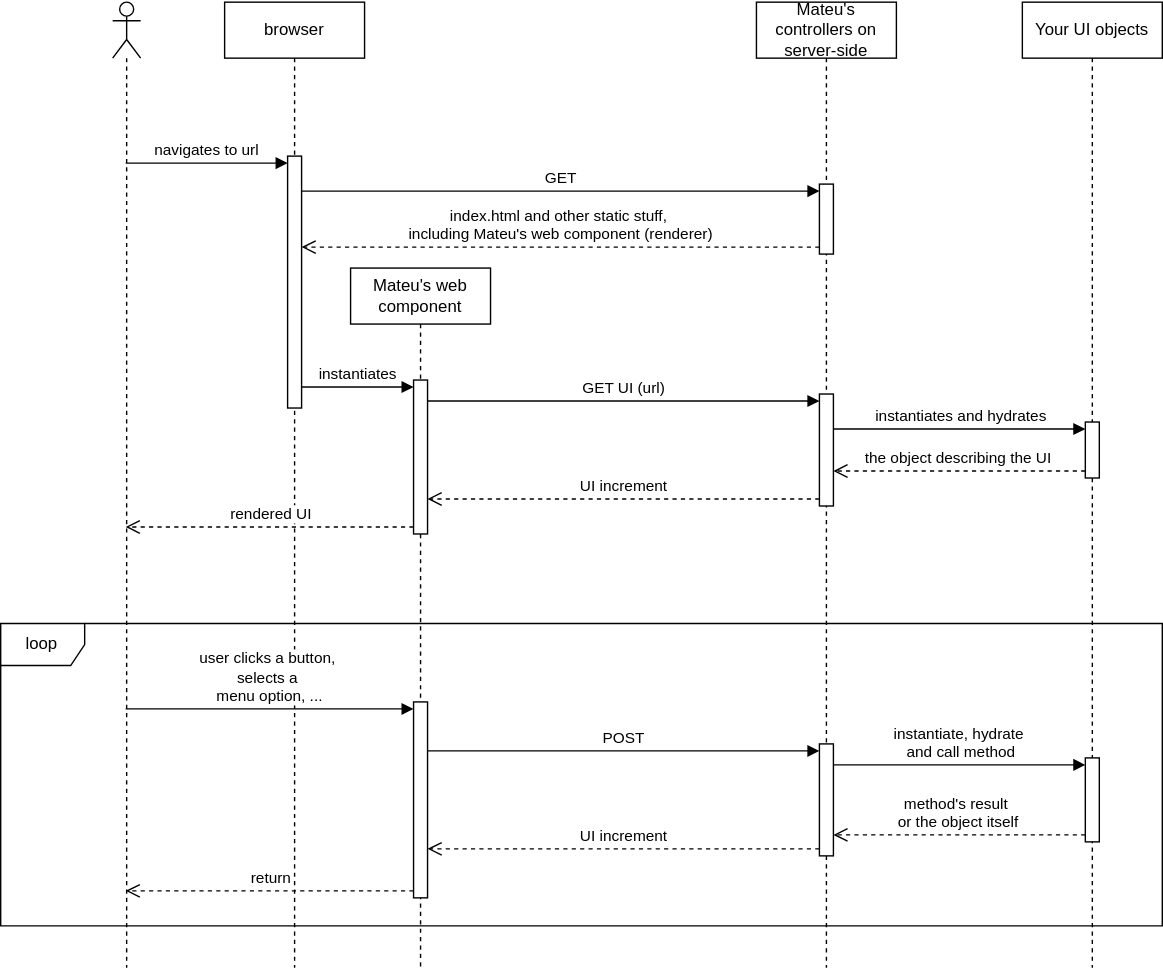
Above: doc/static/images/arch-overall-3.svg in miguelperezcolom/mateu (draw.io), before the change. Source tidied: cells renumbered, new cells last; positions are measured from the earlier drawing's top-left corner, leaving out a move shared by most shapes. Its diagram source:
```xml
<mxGraphModel>
  <root>
    <mxCell id="0" />
    <mxCell id="1" parent="0" />
    <mxCell id="2" style="shape=umlLifeline;perimeter=lifelinePerimeter;whiteSpace=wrap;html=1;outlineConnect=0;portConstraint=eastwest;newEdgeStyle={&quot;curved&quot;:0,&quot;rounded&quot;:0};participant=umlActor;" parent="1" vertex="1">
      <mxGeometry x="80" width="20" height="690" as="geometry" />
    </mxCell>
    <mxCell id="3" value="browser" style="shape=umlLifeline;perimeter=lifelinePerimeter;whiteSpace=wrap;html=1;newEdgeStyle={&quot;curved&quot;:0,&quot;rounded&quot;:0};size=40;" parent="1" vertex="1">
      <mxGeometry x="160" width="100" height="690" as="geometry" />
    </mxCell>
    <mxCell id="4" style="html=1;points=[[0,0,0,0,5],[0,1,0,0,-5],[1,0,0,0,5],[1,1,0,0,-5]];perimeter=orthogonalPerimeter;outlineConnect=0;targetShapes=umlLifeline;portConstraint=eastwest;newEdgeStyle={&quot;curved&quot;:0,&quot;rounded&quot;:0};" parent="3" vertex="1">
      <mxGeometry x="45" y="110" width="10" height="180" as="geometry" />
    </mxCell>
    <mxCell id="5" value="Mateu's controllers on server-side" style="shape=umlLifeline;perimeter=lifelinePerimeter;whiteSpace=wrap;html=1;newEdgeStyle={&quot;curved&quot;:0,&quot;rounded&quot;:0};" parent="1" vertex="1">
      <mxGeometry x="540" width="100" height="690" as="geometry" />
    </mxCell>
    <mxCell id="6" style="html=1;points=[[0,0,0,0,5],[0,1,0,0,-5],[1,0,0,0,5],[1,1,0,0,-5]];perimeter=orthogonalPerimeter;outlineConnect=0;targetShapes=umlLifeline;portConstraint=eastwest;newEdgeStyle={&quot;curved&quot;:0,&quot;rounded&quot;:0};" parent="5" vertex="1">
      <mxGeometry x="45" y="130" width="10" height="50" as="geometry" />
    </mxCell>
    <mxCell id="7" style="html=1;points=[[0,0,0,0,5],[0,1,0,0,-5],[1,0,0,0,5],[1,1,0,0,-5]];perimeter=orthogonalPerimeter;outlineConnect=0;targetShapes=umlLifeline;portConstraint=eastwest;newEdgeStyle={&quot;curved&quot;:0,&quot;rounded&quot;:0};" parent="5" vertex="1">
      <mxGeometry x="45" y="280" width="10" height="80" as="geometry" />
    </mxCell>
    <mxCell id="8" style="html=1;points=[[0,0,0,0,5],[0,1,0,0,-5],[1,0,0,0,5],[1,1,0,0,-5]];perimeter=orthogonalPerimeter;outlineConnect=0;targetShapes=umlLifeline;portConstraint=eastwest;newEdgeStyle={&quot;curved&quot;:0,&quot;rounded&quot;:0};" parent="5" vertex="1">
      <mxGeometry x="45" y="530" width="10" height="80" as="geometry" />
    </mxCell>
    <mxCell id="9" value="Your UI objects" style="shape=umlLifeline;perimeter=lifelinePerimeter;whiteSpace=wrap;html=1;newEdgeStyle={&quot;curved&quot;:0,&quot;rounded&quot;:0};" parent="1" vertex="1">
      <mxGeometry x="730" width="100" height="690" as="geometry" />
    </mxCell>
    <mxCell id="10" style="html=1;points=[[0,0,0,0,5],[0,1,0,0,-5],[1,0,0,0,5],[1,1,0,0,-5]];perimeter=orthogonalPerimeter;outlineConnect=0;targetShapes=umlLifeline;portConstraint=eastwest;newEdgeStyle={&quot;curved&quot;:0,&quot;rounded&quot;:0};" parent="9" vertex="1">
      <mxGeometry x="45" y="300" width="10" height="40" as="geometry" />
    </mxCell>
    <mxCell id="11" style="html=1;points=[[0,0,0,0,5],[0,1,0,0,-5],[1,0,0,0,5],[1,1,0,0,-5]];perimeter=orthogonalPerimeter;outlineConnect=0;targetShapes=umlLifeline;portConstraint=eastwest;newEdgeStyle={&quot;curved&quot;:0,&quot;rounded&quot;:0};" parent="9" vertex="1">
      <mxGeometry x="45" y="540" width="10" height="60" as="geometry" />
    </mxCell>
    <mxCell id="12" value="navigates to url" style="html=1;verticalAlign=bottom;endArrow=block;curved=0;rounded=0;entryX=0;entryY=0;entryDx=0;entryDy=5;" parent="1" edge="1" source="2" target="4">
      <mxGeometry relative="1" as="geometry" />
    </mxCell>
    <mxCell id="13" value="GET" style="html=1;verticalAlign=bottom;endArrow=block;curved=0;rounded=0;entryX=0;entryY=0;entryDx=0;entryDy=5;" parent="1" edge="1" source="4" target="6">
      <mxGeometry relative="1" as="geometry" />
    </mxCell>
    <mxCell id="14" value="index.html and other static stuff,&amp;nbsp;&lt;div&gt;including Mateu's web component (renderer)&lt;/div&gt;" style="html=1;verticalAlign=bottom;endArrow=open;dashed=1;endSize=8;curved=0;rounded=0;exitX=0;exitY=1;exitDx=0;exitDy=-5;" parent="1" edge="1" source="6" target="4">
      <mxGeometry relative="1" as="geometry" />
    </mxCell>
    <mxCell id="15" value="Mateu's web component" style="shape=umlLifeline;perimeter=lifelinePerimeter;whiteSpace=wrap;html=1;newEdgeStyle={&quot;curved&quot;:0,&quot;rounded&quot;:0};" parent="1" vertex="1">
      <mxGeometry x="250" y="190" width="100" height="500" as="geometry" />
    </mxCell>
    <mxCell id="16" style="html=1;points=[[0,0,0,0,5],[0,1,0,0,-5],[1,0,0,0,5],[1,1,0,0,-5]];perimeter=orthogonalPerimeter;outlineConnect=0;targetShapes=umlLifeline;portConstraint=eastwest;newEdgeStyle={&quot;curved&quot;:0,&quot;rounded&quot;:0};" parent="15" vertex="1">
      <mxGeometry x="45" y="80" width="10" height="110" as="geometry" />
    </mxCell>
    <mxCell id="17" style="html=1;points=[[0,0,0,0,5],[0,1,0,0,-5],[1,0,0,0,5],[1,1,0,0,-5]];perimeter=orthogonalPerimeter;outlineConnect=0;targetShapes=umlLifeline;portConstraint=eastwest;newEdgeStyle={&quot;curved&quot;:0,&quot;rounded&quot;:0};" parent="15" vertex="1">
      <mxGeometry x="45" y="310" width="10" height="140" as="geometry" />
    </mxCell>
    <mxCell id="18" value="instantiates" style="html=1;verticalAlign=bottom;endArrow=block;curved=0;rounded=0;entryX=0;entryY=0;entryDx=0;entryDy=5;" parent="1" edge="1" source="4" target="16">
      <mxGeometry relative="1" as="geometry" />
    </mxCell>
    <mxCell id="19" value="rendered UI" style="html=1;verticalAlign=bottom;endArrow=open;dashed=1;endSize=8;curved=0;rounded=0;exitX=0;exitY=1;exitDx=0;exitDy=-5;" parent="1" edge="1" source="16" target="2">
      <mxGeometry relative="1" as="geometry" />
    </mxCell>
    <mxCell id="20" value="GET UI (url)" style="html=1;verticalAlign=bottom;endArrow=block;curved=0;rounded=0;entryX=0;entryY=0;entryDx=0;entryDy=5;" parent="1" edge="1" source="16" target="7">
      <mxGeometry relative="1" as="geometry" />
    </mxCell>
    <mxCell id="21" value="UI increment" style="html=1;verticalAlign=bottom;endArrow=open;dashed=1;endSize=8;curved=0;rounded=0;exitX=0;exitY=1;exitDx=0;exitDy=-5;" parent="1" edge="1" source="7" target="16">
      <mxGeometry relative="1" as="geometry" />
    </mxCell>
    <mxCell id="22" value="instantiates and hydrates" style="html=1;verticalAlign=bottom;endArrow=block;curved=0;rounded=0;entryX=0;entryY=0;entryDx=0;entryDy=5;" parent="1" edge="1" source="7" target="10">
      <mxGeometry relative="1" as="geometry" />
    </mxCell>
    <mxCell id="23" value="the object describing the UI" style="html=1;verticalAlign=bottom;endArrow=open;dashed=1;endSize=8;curved=0;rounded=0;exitX=0;exitY=1;exitDx=0;exitDy=-5;" parent="1" edge="1" source="10" target="7">
      <mxGeometry relative="1" as="geometry" />
    </mxCell>
    <mxCell id="24" value="user clicks a button,&amp;nbsp;&lt;div&gt;selects a&amp;nbsp;&lt;/div&gt;&lt;div&gt;menu option, ...&lt;/div&gt;" style="html=1;verticalAlign=bottom;endArrow=block;curved=0;rounded=0;entryX=0;entryY=0;entryDx=0;entryDy=5;" parent="1" edge="1" source="2" target="17">
      <mxGeometry relative="1" as="geometry" />
    </mxCell>
    <mxCell id="25" value="return" style="html=1;verticalAlign=bottom;endArrow=open;dashed=1;endSize=8;curved=0;rounded=0;exitX=0;exitY=1;exitDx=0;exitDy=-5;" parent="1" edge="1" source="17" target="2">
      <mxGeometry relative="1" as="geometry" />
    </mxCell>
    <mxCell id="26" value="POST" style="html=1;verticalAlign=bottom;endArrow=block;curved=0;rounded=0;entryX=0;entryY=0;entryDx=0;entryDy=5;" parent="1" edge="1" source="17" target="8">
      <mxGeometry relative="1" as="geometry" />
    </mxCell>
    <mxCell id="27" value="UI increment" style="html=1;verticalAlign=bottom;endArrow=open;dashed=1;endSize=8;curved=0;rounded=0;exitX=0;exitY=1;exitDx=0;exitDy=-5;" parent="1" edge="1" source="8" target="17">
      <mxGeometry relative="1" as="geometry" />
    </mxCell>
    <mxCell id="28" value="instantiate, hydrate&amp;nbsp;&lt;div&gt;and call method&lt;/div&gt;" style="html=1;verticalAlign=bottom;endArrow=block;curved=0;rounded=0;entryX=0;entryY=0;entryDx=0;entryDy=5;" parent="1" edge="1" source="8" target="11">
      <mxGeometry relative="1" as="geometry" />
    </mxCell>
    <mxCell id="29" value="&lt;div&gt;method's result&amp;nbsp;&lt;/div&gt;&lt;div&gt;or the object itself&lt;/div&gt;" style="html=1;verticalAlign=bottom;endArrow=open;dashed=1;endSize=8;curved=0;rounded=0;exitX=0;exitY=1;exitDx=0;exitDy=-5;" parent="1" edge="1" source="11" target="8">
      <mxGeometry relative="1" as="geometry" />
    </mxCell>
    <mxCell id="30" value="loop" style="shape=umlFrame;whiteSpace=wrap;html=1;" parent="1" vertex="1">
      <mxGeometry y="444" width="830" height="216" as="geometry" />
    </mxCell>
  </root>
</mxGraphModel>
```
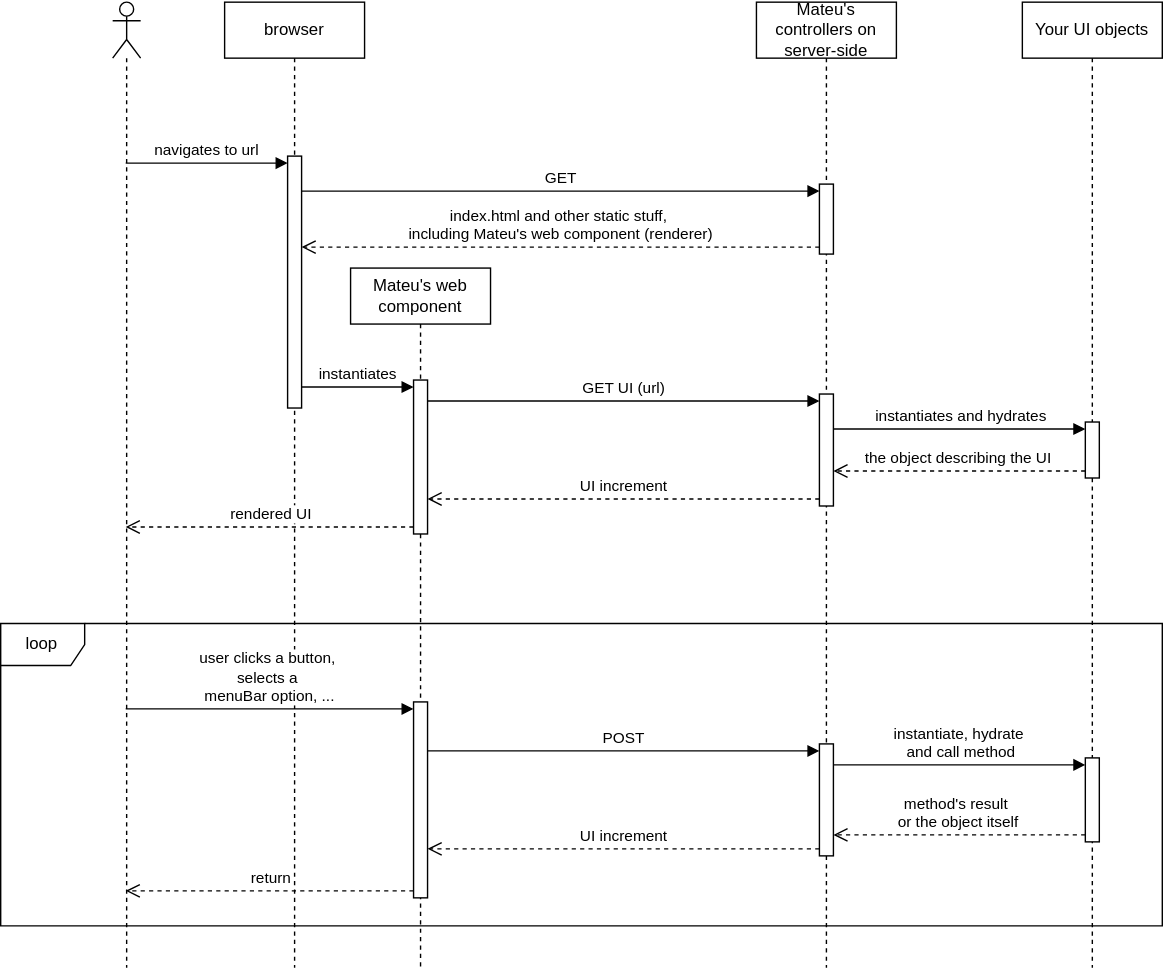
Later version of the same file.

What changed in the source:
```diff
@@ -68,7 +68,7 @@
     <mxCell id="23" value="the object describing the UI" style="html=1;verticalAlign=bottom;endArrow=open;dashed=1;endSize=8;curved=0;rounded=0;exitX=0;exitY=1;exitDx=0;exitDy=-5;" parent="1" edge="1" source="10" target="7">
       <mxGeometry relative="1" as="geometry" />
     </mxCell>
-    <mxCell id="24" value="user clicks a button,&amp;nbsp;&lt;div&gt;selects a&amp;nbsp;&lt;/div&gt;&lt;div&gt;menu option, ...&lt;/div&gt;" style="html=1;verticalAlign=bottom;endArrow=block;curved=0;rounded=0;entryX=0;entryY=0;entryDx=0;entryDy=5;" parent="1" edge="1" source="2" target="17">
+    <mxCell id="24" value="user clicks a button,&amp;nbsp;&lt;div&gt;selects a&amp;nbsp;&lt;/div&gt;&lt;div&gt;menuBar option, ...&lt;/div&gt;" style="html=1;verticalAlign=bottom;endArrow=block;curved=0;rounded=0;entryX=0;entryY=0;entryDx=0;entryDy=5;" parent="1" edge="1" source="2" target="17">
       <mxGeometry relative="1" as="geometry" />
     </mxCell>
     <mxCell id="25" value="return" style="html=1;verticalAlign=bottom;endArrow=open;dashed=1;endSize=8;curved=0;rounded=0;exitX=0;exitY=1;exitDx=0;exitDy=-5;" parent="1" edge="1" source="17" target="2">
```
